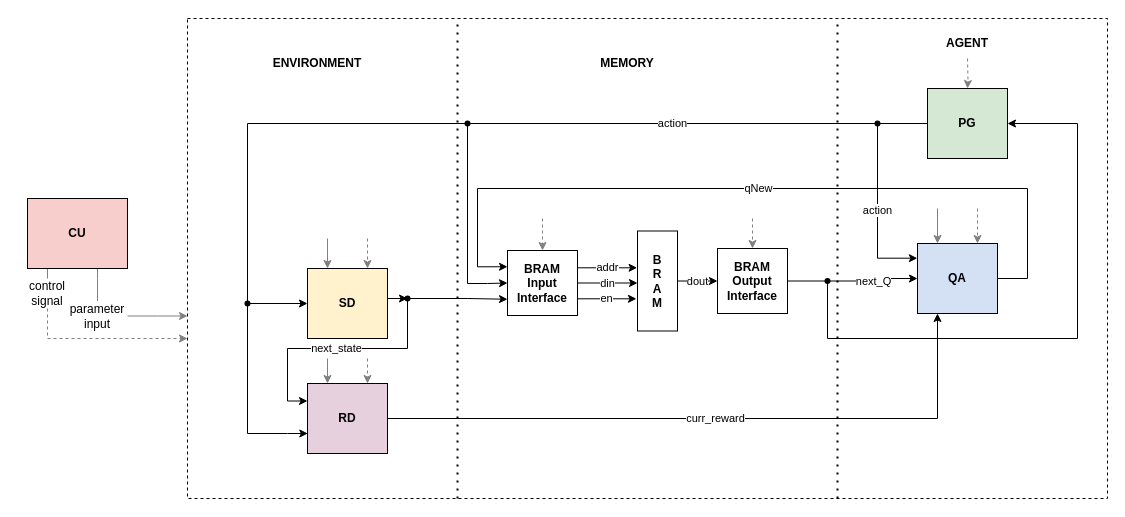
zulfikarna/intelight keeps this draw.io diagram as page "Sytem" (2 of 4) of intelight.drawio. Above is the earlier version. Source tidied: cells renumbered, new cells numbered last; positions are measured from the earlier drawing's top-left corner, leaving out a move shared by most shapes. Both pictures are drawn from the tidied source at 100%, with x=0, y=0 at pixel (17, 18).
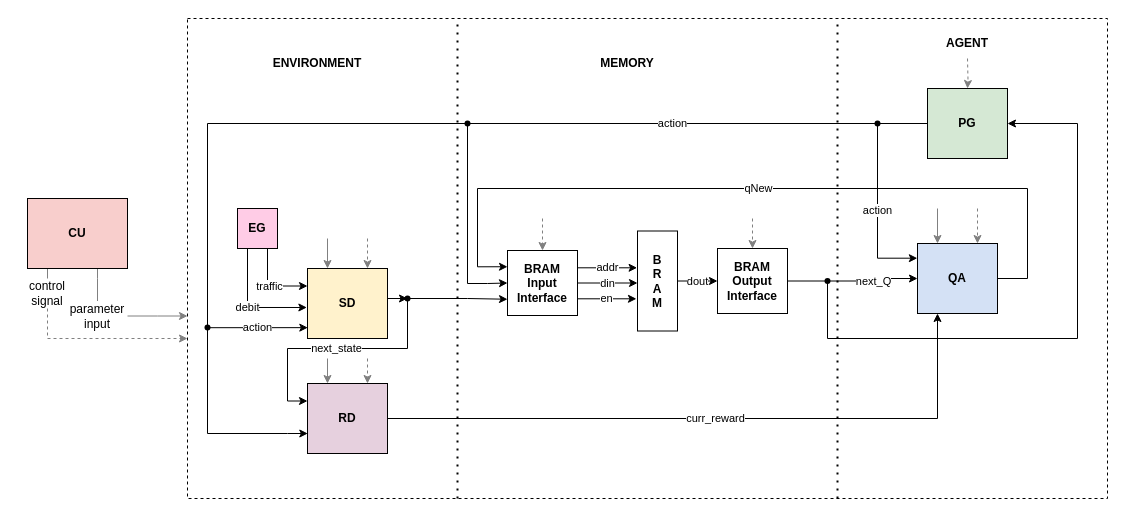
Above is the later version.

Unchanged cells that the change refers to:
```xml
<mxCell id="7" value="&lt;b&gt;SD&lt;/b&gt;" style="rounded=0;whiteSpace=wrap;html=1;fillColor=#FFF2CC;" parent="1" vertex="1">
  <mxGeometry x="290" y="250" width="80" height="70" as="geometry" />
</mxCell>
<mxCell id="14" style="shape=waypoint;sketch=0;fillStyle=solid;size=6;points=[];fillColor=none;perimeter=centerPerimeter;snapToPoint=1;" parent="1" vertex="1">
  <mxGeometry x="430" y="85" width="40" height="40" as="geometry" />
</mxCell>
```

Diff of the diagram source:
```diff
@@
     <mxCell id="12" style="edgeStyle=orthogonalEdgeStyle;rounded=0;jettySize=auto;html=1;endArrow=none;" parent="1" edge="1" source="14" target="16">
       <mxGeometry relative="1" as="geometry">
         <Array as="points">
-          <mxPoint x="230" y="105" />
+          <mxPoint x="190" y="105" />
         </Array>
       </mxGeometry>
     </mxCell>
@@
-    <mxCell id="15" style="edgeStyle=orthogonalEdgeStyle;rounded=0;jettySize=auto;html=1;entryX=0;entryY=0.5;entryDx=0;entryDy=0;" parent="1" edge="1" source="16" target="7">
-      <mxGeometry relative="1" as="geometry" />
+    <mxCell id="15" value="action" style="edgeStyle=orthogonalEdgeStyle;rounded=0;jettySize=auto;html=1;entryX=0.004;entryY=0.845;entryDx=0;entryDy=0;entryPerimeter=0;" parent="1" edge="1" source="16" target="7">
+      <mxGeometry relative="1" as="geometry">
+        <Array as="points">
+          <mxPoint x="290" y="309" />
+        </Array>
+      </mxGeometry>
     </mxCell>
     <mxCell id="16" style="shape=waypoint;sketch=0;fillStyle=solid;size=6;points=[];fillColor=none;perimeter=centerPerimeter;snapToPoint=1;" parent="1" vertex="1">
-      <mxGeometry x="210" y="265" width="40" height="40" as="geometry" />
+      <mxGeometry x="170" y="289" width="40" height="40" as="geometry" />
     </mxCell>
@@
     <mxCell id="23" style="edgeStyle=orthogonalEdgeStyle;rounded=0;jettySize=auto;html=1;entryDx=0;entryDy=0;endArrow=none;" parent="1" edge="1" source="16">
       <mxGeometry x="0.62" relative="1" as="geometry">
         <mxPoint x="270" y="415" as="targetPoint" />
         <Array as="points">
-          <mxPoint x="230" y="415" />
+          <mxPoint x="190" y="415" />
         </Array>
       </mxGeometry>
     </mxCell>
@@
+    <mxCell id="56" value="traffic" style="edgeStyle=orthogonalEdgeStyle;rounded=0;jettySize=auto;html=1;exitX=0.75;exitY=1;exitDx=0;exitDy=0;entryX=0;entryY=0.25;entryDx=0;entryDy=0;" parent="1" edge="1" source="58" target="7">
+      <mxGeometry relative="1" as="geometry" />
+    </mxCell>
+    <mxCell id="57" value="debit" style="edgeStyle=orthogonalEdgeStyle;rounded=0;jettySize=auto;html=1;exitX=0.25;exitY=1;exitDx=0;exitDy=0;entryX=-0.008;entryY=0.557;entryDx=0;entryDy=0;entryPerimeter=0;" parent="1" edge="1" source="58" target="7">
+      <mxGeometry relative="1" as="geometry" />
+    </mxCell>
+    <mxCell id="58" value="&lt;b&gt;EG&lt;/b&gt;" style="rounded=0;whiteSpace=wrap;html=1;fillColor=#FFCCE6;" parent="1" vertex="1">
+      <mxGeometry x="220" y="190" width="40" height="40" as="geometry" />
+    </mxCell>
```
